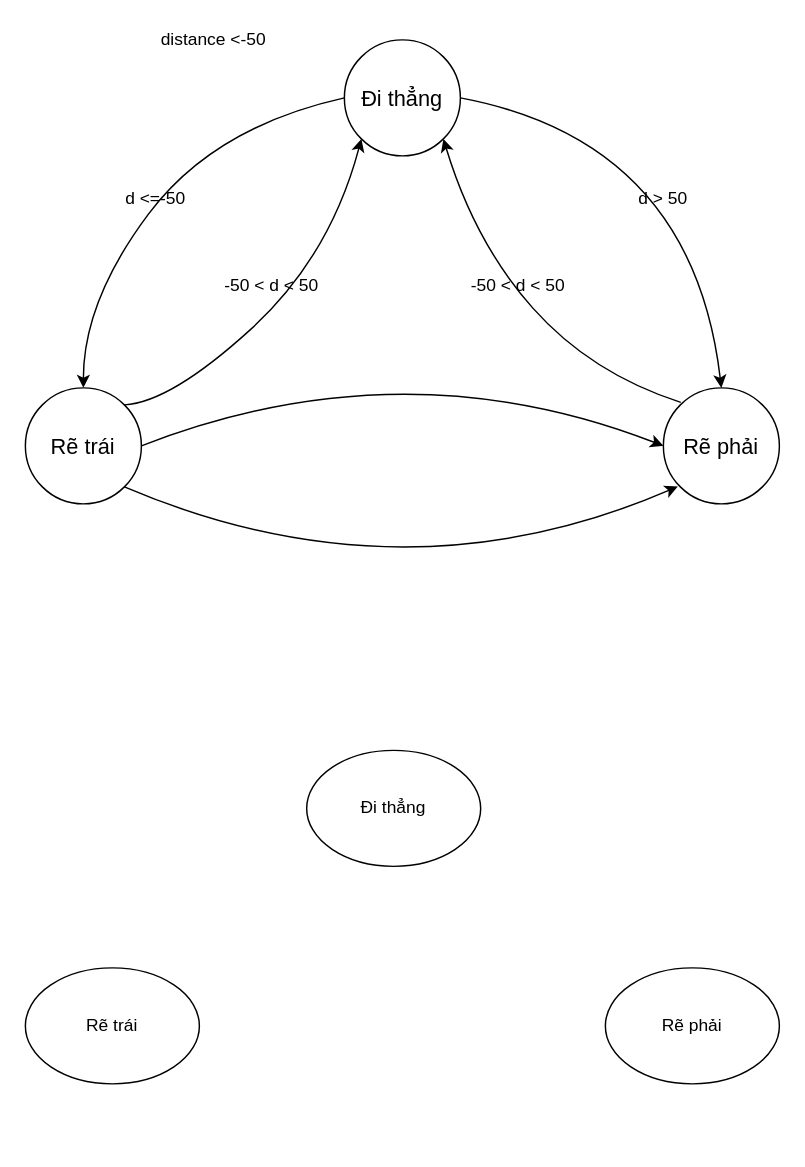
The draw.io diagram B4.drawio in Dieptranivsr/drawio-github, before the edit. Source tidied: cells renumbered, new cells numbered last; positions are measured from the earlier drawing's top-left corner, leaving out a move shared by most shapes. Both pictures are drawn from the tidied source at 145%, with x=0, y=0 at pixel (25, 25).
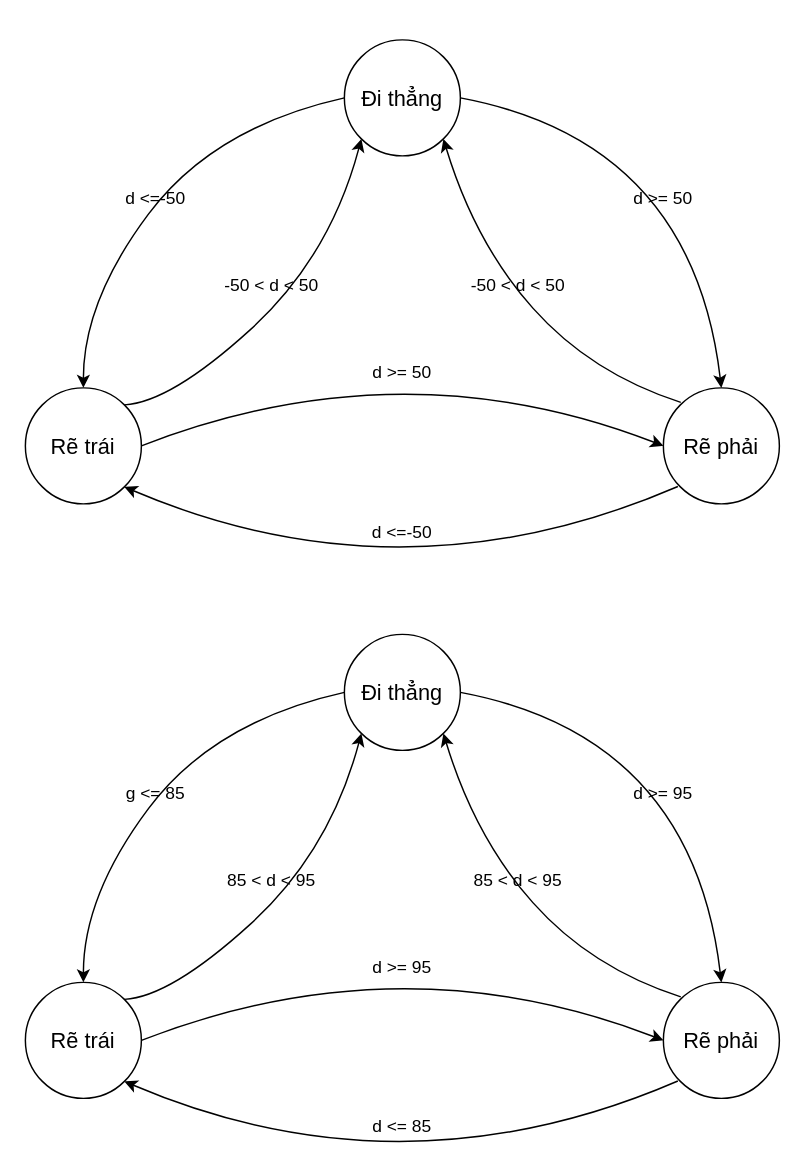
The same page after the edit.

Unchanged cells that the change refers to:
```xml
<mxCell id="9" value="&lt;font style=&quot;font-size: 15px&quot;&gt;Rẽ trái&lt;/font&gt;" style="ellipse;whiteSpace=wrap;html=1;" parent="1" vertex="1">
  <mxGeometry y="250" width="80" height="80" as="geometry" />
</mxCell>
```

The edit, as a diff of the source:
```diff
@@
-    <mxCell id="2" value="Rẽ trái" style="ellipse;whiteSpace=wrap;html=1;" parent="1" vertex="1">
-      <mxGeometry y="650" width="120" height="80" as="geometry" />
-    </mxCell>
-    <mxCell id="3" value="Đi thẳng" style="ellipse;whiteSpace=wrap;html=1;" parent="1" vertex="1">
-      <mxGeometry x="194" y="500" width="120" height="80" as="geometry" />
-    </mxCell>
-    <mxCell id="4" value="Rẽ phải" style="ellipse;whiteSpace=wrap;html=1;" parent="1" vertex="1">
-      <mxGeometry x="400" y="650" width="120" height="80" as="geometry" />
-    </mxCell>
@@
-    <mxCell id="7" style="curved=1;endArrow=classic;html=1;exitX=1;exitY=1;exitDx=0;exitDy=0;" parent="1" edge="1" source="9">
+    <mxCell id="7" style="curved=1;endArrow=none;html=1;exitX=1;exitY=1;exitDx=0;exitDy=0;startArrow=classic;startFill=1;endFill=0;" parent="1" edge="1" source="9">
       <mxGeometry relative="1" as="geometry">
         <mxPoint x="450" y="318" as="targetPoint" />
         <Array as="points">
           <mxPoint x="260" y="400" />
         </Array>
       </mxGeometry>
     </mxCell>
@@
-    <mxCell id="15" value="distance &amp;lt;-50" style="text;html=1;strokeColor=none;fillColor=none;align=center;verticalAlign=middle;whiteSpace=wrap;rounded=0;" parent="1" vertex="1">
-      <mxGeometry x="90" width="80" height="20" as="geometry" />
+    <mxCell id="15" value="d &amp;gt;= 50" style="text;html=1;strokeColor=none;fillColor=none;align=center;verticalAlign=middle;whiteSpace=wrap;rounded=0;" parent="1" vertex="1">
+      <mxGeometry x="220" y="230" width="80" height="20" as="geometry" />
     </mxCell>
@@
-    <mxCell id="17" value="d &amp;gt; 50" style="text;html=1;strokeColor=none;fillColor=none;align=center;verticalAlign=middle;whiteSpace=wrap;rounded=0;" parent="1" vertex="1">
+    <mxCell id="17" value="d &amp;gt;= 50" style="text;html=1;strokeColor=none;fillColor=none;align=center;verticalAlign=middle;whiteSpace=wrap;rounded=0;" parent="1" vertex="1">
       <mxGeometry x="400" y="110" width="80" height="20" as="geometry" />
     </mxCell>
@@
+    <mxCell id="19" value="d &amp;lt;=-50" style="text;html=1;strokeColor=none;fillColor=none;align=center;verticalAlign=middle;whiteSpace=wrap;rounded=0;" parent="1" vertex="1">
+      <mxGeometry x="200" y="340" width="120" height="20" as="geometry" />
+    </mxCell>
+    <mxCell id="20" style="curved=1;endArrow=none;html=1;entryX=0;entryY=0.5;entryDx=0;entryDy=0;exitX=0.5;exitY=0;exitDx=0;exitDy=0;startArrow=classic;startFill=1;endFill=0;" parent="1" edge="1" source="2" target="3">
+      <mxGeometry relative="1" as="geometry">
+        <Array as="points">
+          <mxPoint x="40" y="600" />
+          <mxPoint x="130" y="480" />
+        </Array>
+      </mxGeometry>
+    </mxCell>
+    <mxCell id="21" style="curved=1;endArrow=classic;html=1;exitX=1;exitY=0;exitDx=0;exitDy=0;entryX=0;entryY=1;entryDx=0;entryDy=0;" parent="1" edge="1" source="2" target="3">
+      <mxGeometry relative="1" as="geometry">
+        <Array as="points">
+          <mxPoint x="100" y="670" />
+          <mxPoint x="210" y="570" />
+        </Array>
+      </mxGeometry>
+    </mxCell>
+    <mxCell id="22" style="curved=1;endArrow=none;html=1;exitX=1;exitY=1;exitDx=0;exitDy=0;startArrow=classic;startFill=1;endFill=0;" parent="1" edge="1" source="2">
+      <mxGeometry relative="1" as="geometry">
+        <mxPoint x="450" y="728" as="targetPoint" />
+        <Array as="points">
+          <mxPoint x="260" y="810" />
+        </Array>
+      </mxGeometry>
+    </mxCell>
+    <mxCell id="23" style="curved=1;endArrow=none;html=1;entryX=1;entryY=0.5;entryDx=0;entryDy=0;exitX=0.5;exitY=0;exitDx=0;exitDy=0;startArrow=classic;startFill=1;endFill=0;" parent="1" edge="1" source="4" target="3">
+      <mxGeometry relative="1" as="geometry">
+        <Array as="points">
+          <mxPoint x="460" y="490" />
+        </Array>
+      </mxGeometry>
+    </mxCell>
+    <mxCell id="2" value="&lt;font style=&quot;font-size: 15px&quot;&gt;Rẽ trái&lt;/font&gt;" style="ellipse;whiteSpace=wrap;html=1;" parent="1" vertex="1">
+      <mxGeometry y="660" width="80" height="80" as="geometry" />
+    </mxCell>
+    <mxCell id="3" value="&lt;span style=&quot;font-size: 15px&quot;&gt;Đi thẳng&lt;/span&gt;" style="ellipse;whiteSpace=wrap;html=1;" parent="1" vertex="1">
+      <mxGeometry x="220" y="420" width="80" height="80" as="geometry" />
+    </mxCell>
+    <mxCell id="4" value="&lt;font style=&quot;font-size: 15px&quot;&gt;Rẽ phải&lt;/font&gt;" style="ellipse;whiteSpace=wrap;html=1;" parent="1" vertex="1">
+      <mxGeometry x="440" y="660" width="80" height="80" as="geometry" />
+    </mxCell>
+    <mxCell id="24" style="curved=1;endArrow=classic;html=1;entryX=1;entryY=1;entryDx=0;entryDy=0;" parent="1" edge="1" target="3">
+      <mxGeometry relative="1" as="geometry">
+        <mxPoint x="452" y="670" as="sourcePoint" />
+        <Array as="points">
+          <mxPoint x="390" y="650" />
+          <mxPoint x="310" y="560" />
+        </Array>
+      </mxGeometry>
+    </mxCell>
+    <mxCell id="25" style="curved=1;endArrow=classic;html=1;entryX=0;entryY=0.5;entryDx=0;entryDy=0;exitX=0.5;exitY=1;exitDx=0;exitDy=0;" parent="1" edge="1" target="4">
+      <mxGeometry relative="1" as="geometry">
+        <mxPoint x="80" y="700" as="sourcePoint" />
+        <Array as="points">
+          <mxPoint x="260" y="630" />
+        </Array>
+      </mxGeometry>
+    </mxCell>
+    <mxCell id="26" value="g &amp;lt;= 85" style="text;html=1;strokeColor=none;fillColor=none;align=center;verticalAlign=middle;whiteSpace=wrap;rounded=0;" parent="1" vertex="1">
+      <mxGeometry x="30" y="520" width="120" height="20" as="geometry" />
+    </mxCell>
+    <mxCell id="27" value="d &amp;gt;= 95" style="text;html=1;strokeColor=none;fillColor=none;align=center;verticalAlign=middle;whiteSpace=wrap;rounded=0;" parent="1" vertex="1">
+      <mxGeometry x="220" y="640" width="80" height="20" as="geometry" />
+    </mxCell>
+    <mxCell id="28" value="85 &amp;lt; d &amp;lt; 95" style="text;html=1;strokeColor=none;fillColor=none;align=center;verticalAlign=middle;whiteSpace=wrap;rounded=0;" parent="1" vertex="1">
+      <mxGeometry x="110" y="580" width="120" height="20" as="geometry" />
+    </mxCell>
+    <mxCell id="29" value="d &amp;gt;= 95" style="text;html=1;strokeColor=none;fillColor=none;align=center;verticalAlign=middle;whiteSpace=wrap;rounded=0;" parent="1" vertex="1">
+      <mxGeometry x="400" y="520" width="80" height="20" as="geometry" />
+    </mxCell>
+    <mxCell id="30" value="85 &amp;lt; d &amp;lt; 95" style="text;html=1;strokeColor=none;fillColor=none;align=center;verticalAlign=middle;whiteSpace=wrap;rounded=0;" parent="1" vertex="1">
+      <mxGeometry x="280" y="580" width="120" height="20" as="geometry" />
+    </mxCell>
+    <mxCell id="31" value="d &amp;lt;= 85" style="text;html=1;strokeColor=none;fillColor=none;align=center;verticalAlign=middle;whiteSpace=wrap;rounded=0;" parent="1" vertex="1">
+      <mxGeometry x="200" y="750" width="120" height="20" as="geometry" />
+    </mxCell>
```
